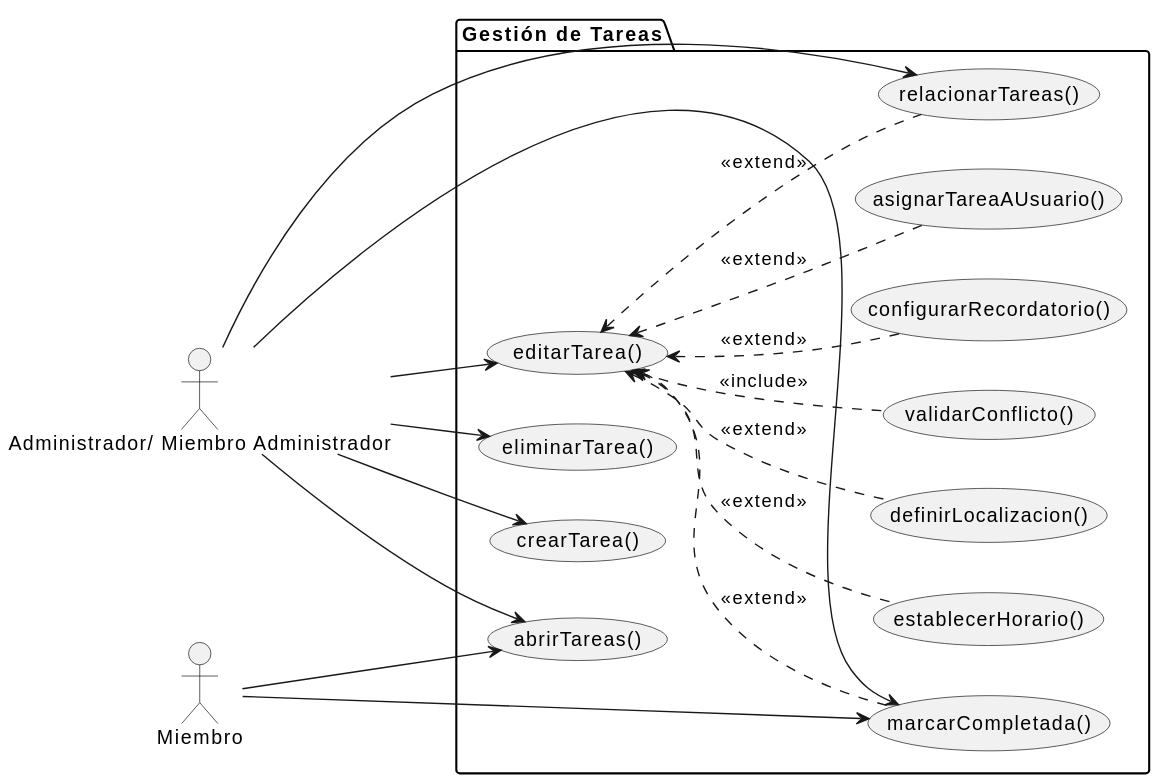
Earlier version of the PlantUML export documents/actoresYCasosDeUso/diagramas/diagramaGestionTareas/diagramaGestionTareas.svg (inigovaqueroo04/25-26-IdSw1-SdR).
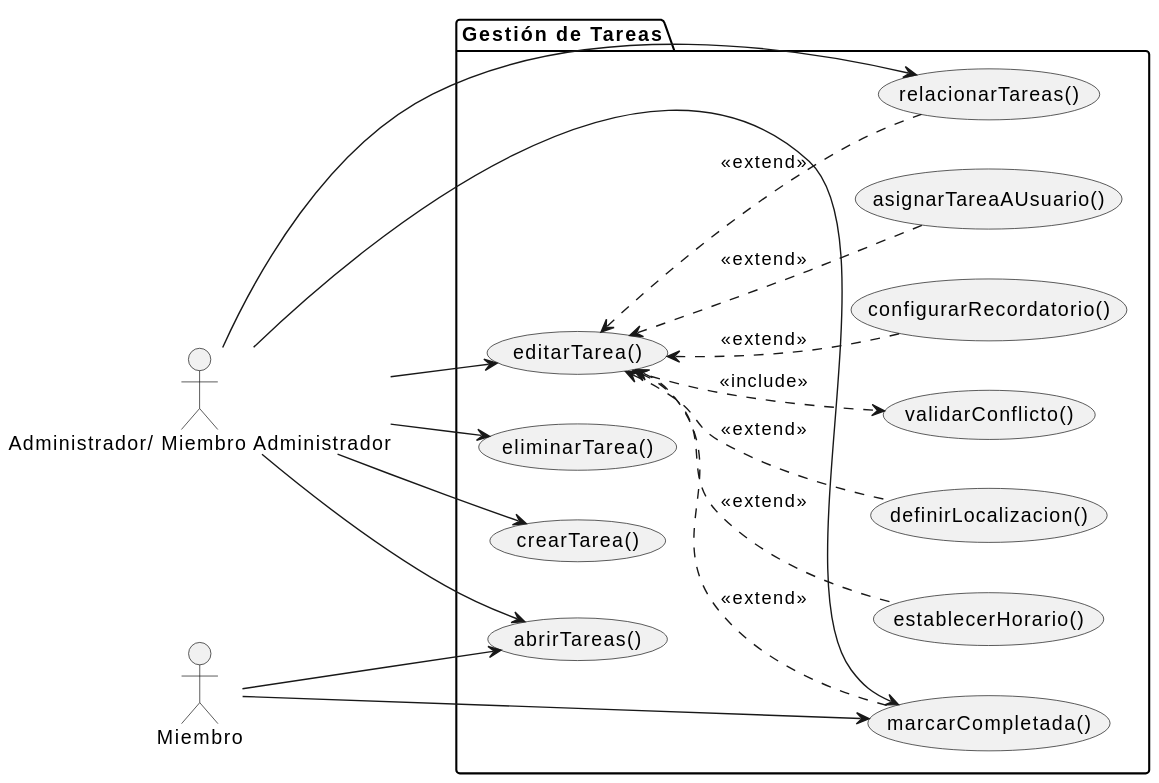
After the commit.

Commit message:
Flecha del inlcude cambiada #35

What changed in the source:
```diff
@@ -33,7 +33,7 @@
 UC2 <.. UC5 : <<extend>>
 UC2 <.. UC6 : <<extend>>
 UC2 <.. UC7 : <<extend>>
-UC2 <.. UC9 : <<include>>
+UC2 ..> UC9 : <<include>>
 UC2 <.. UC10 : <<extend>>
 UC2 <.. UC11 : <<extend>>
 @enduml
```
